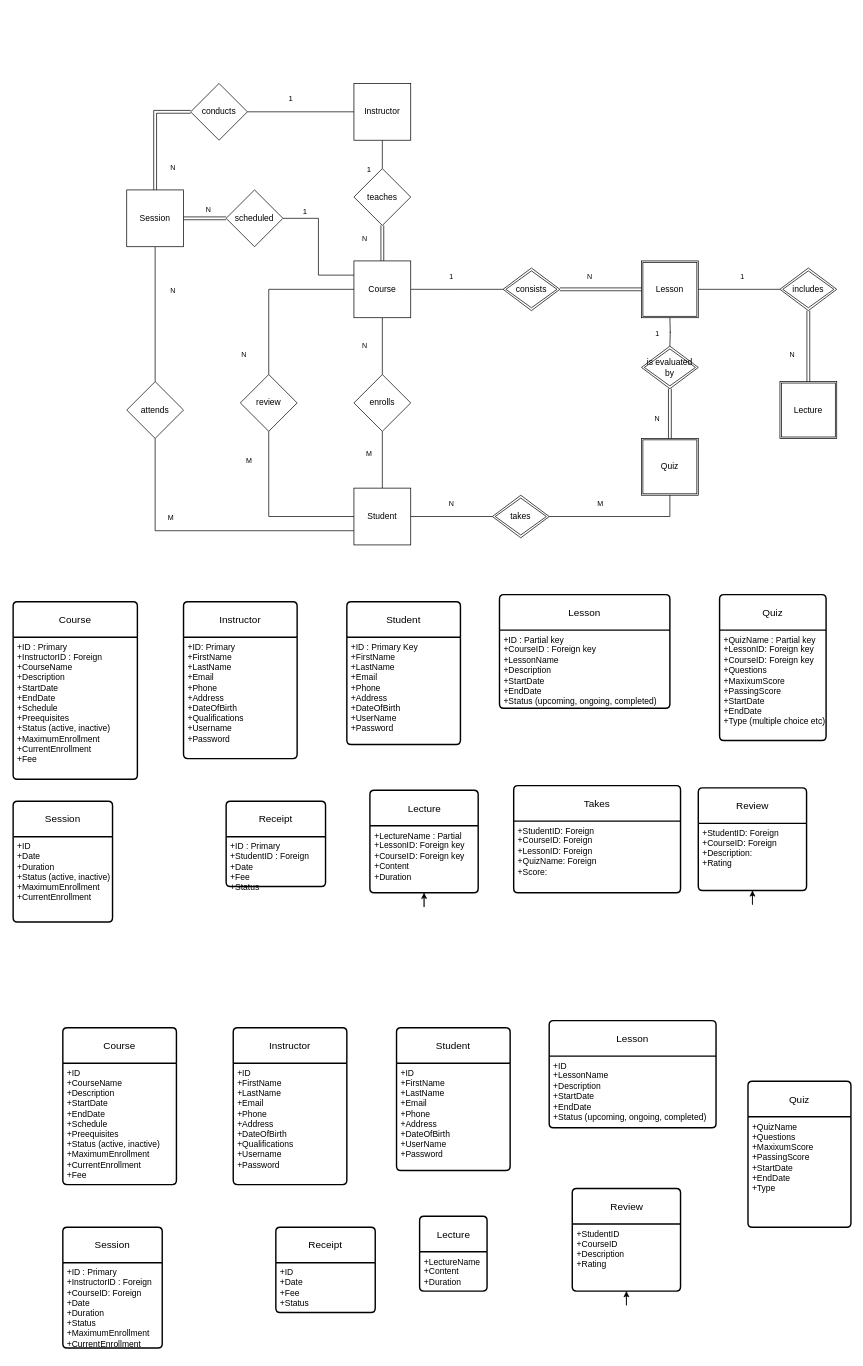
Earlier version of the draw.io diagram ER.drawio (charisvt/edulink). Source tidied: cells renumbered, new cells numbered last; positions are measured from the earlier drawing's top-left corner, leaving out a move shared by most shapes. Both pictures are drawn from the tidied source at 71%, with x=0, y=0 at pixel (13, 12).
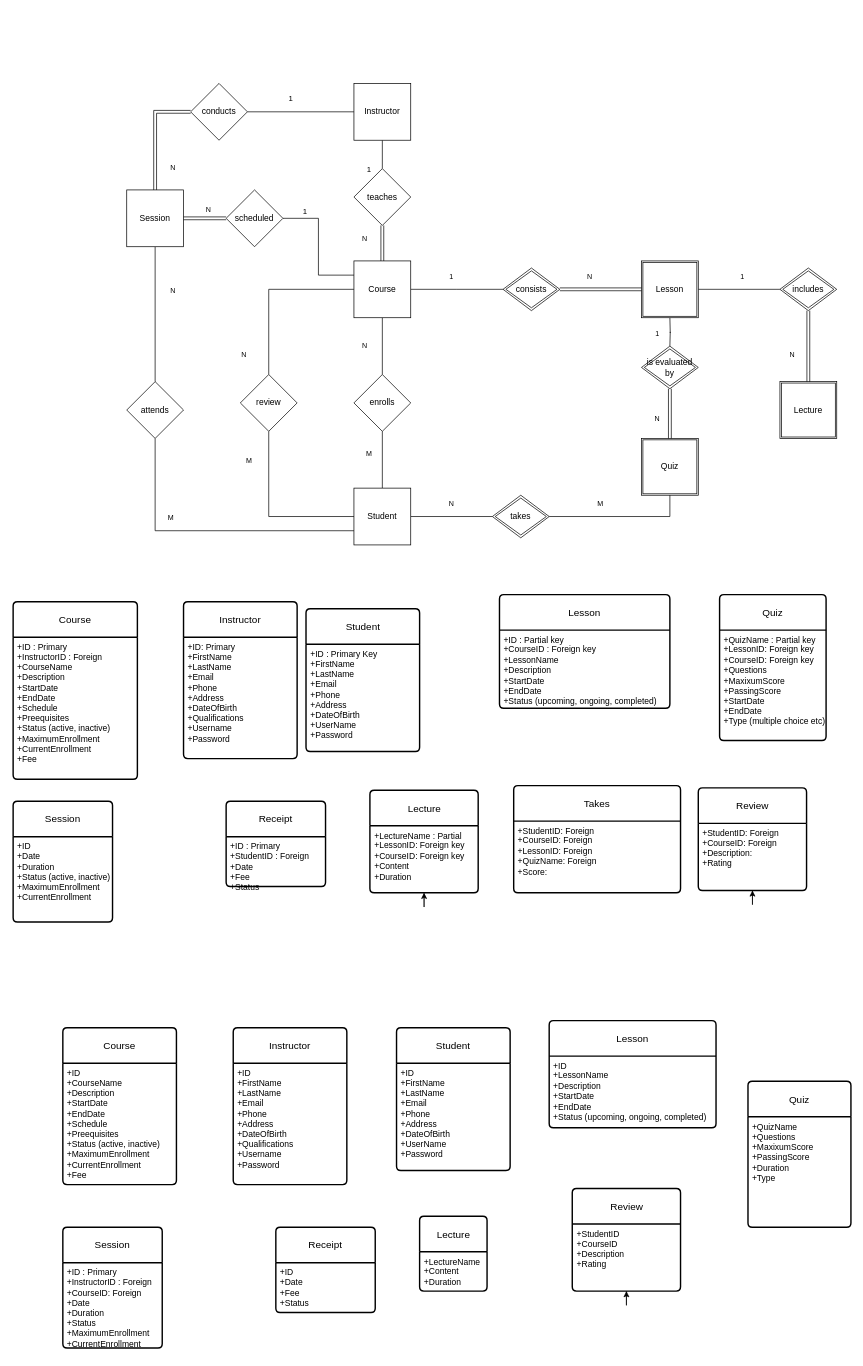
Above is the later version.

The change refers to these unchanged cells:
```xml
<mxCell id="62" value="Quiz" style="swimlane;horizontal=1;startSize=50;rounded=1;fontSize=14;fontStyle=0;strokeWidth=2;shadow=0;dashed=0;align=center;arcSize=4;whiteSpace=wrap;html=1;" parent="1" vertex="1">
  <mxGeometry x="1035" y="1505.5" width="145" height="205.5" as="geometry" />
</mxCell>
```

What changed in the source:
```diff
@@
-    <mxCell id="63" value="+QuizName&lt;br&gt;+Questions&lt;br&gt;+MaxixumScore&lt;br&gt;+PassingScore&lt;br&gt;+StartDate&lt;br style=&quot;border-color: var(--border-color);&quot;&gt;+EndDate&lt;br&gt;+Type" style="align=left;strokeColor=none;fillColor=none;spacingLeft=4;fontSize=12;verticalAlign=top;html=1;" parent="62" vertex="1">
+    <mxCell id="63" value="+QuizName&lt;br&gt;+Questions&lt;br&gt;+MaxixumScore&lt;br&gt;+PassingScore&lt;br&gt;+Duration&lt;br&gt;+Type" style="align=left;strokeColor=none;fillColor=none;spacingLeft=4;fontSize=12;verticalAlign=top;html=1;" parent="62" vertex="1">
       <mxGeometry y="50" width="145" height="155.5" as="geometry" />
     </mxCell>
@@
     <mxCell id="82" value="Student" style="swimlane;horizontal=1;startSize=50;rounded=1;fontSize=14;fontStyle=0;strokeWidth=2;shadow=0;dashed=0;align=center;arcSize=4;whiteSpace=wrap;html=1;" parent="1" vertex="1">
-      <mxGeometry x="470" y="830" width="160" height="201" as="geometry" />
+      <mxGeometry x="412.5" y="840" width="160" height="201" as="geometry" />
     </mxCell>
```
